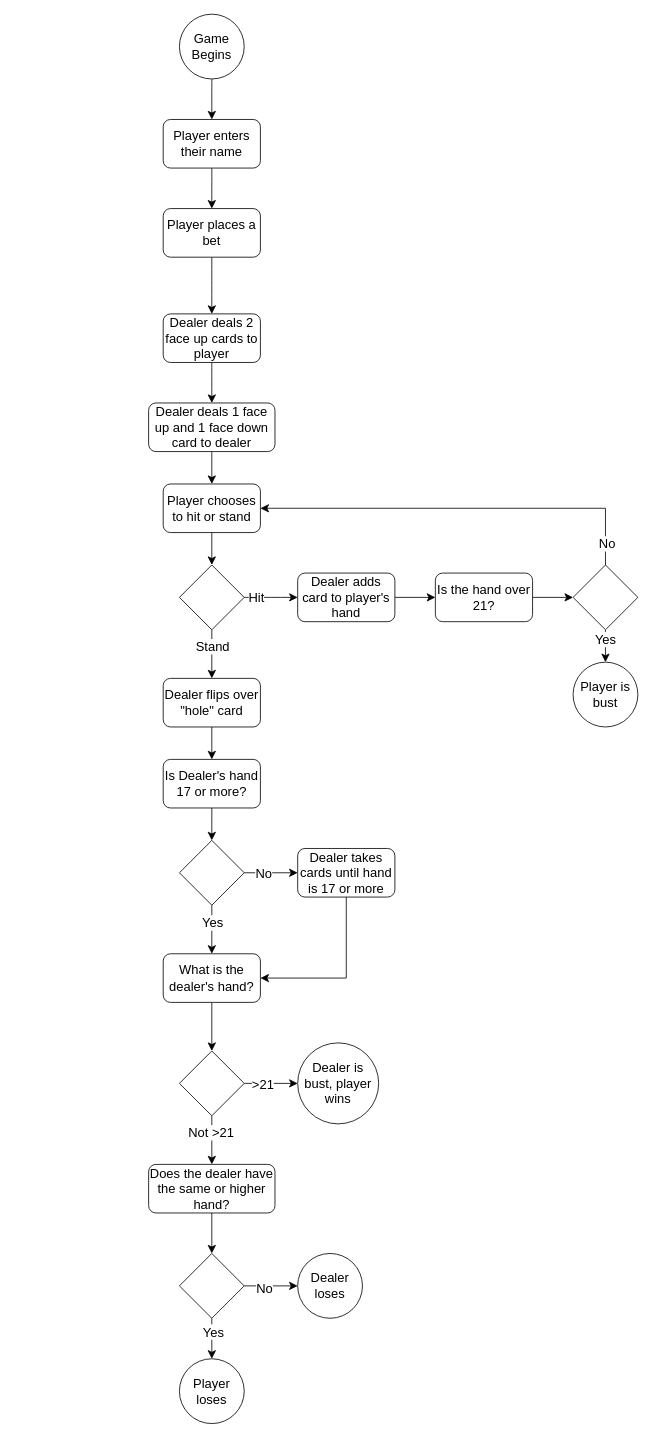
Before: docs/GameFlowchart.drawio in BruhSoundEffectNumber2/csa-blackjack, a draw.io diagram. Source tidied: cells renumbered, new cells numbered last; positions are measured from the earlier drawing's top-left corner, leaving out a move shared by most shapes. Both pictures are drawn from the tidied source at 81%, with x=0, y=0 at pixel (148, 14).
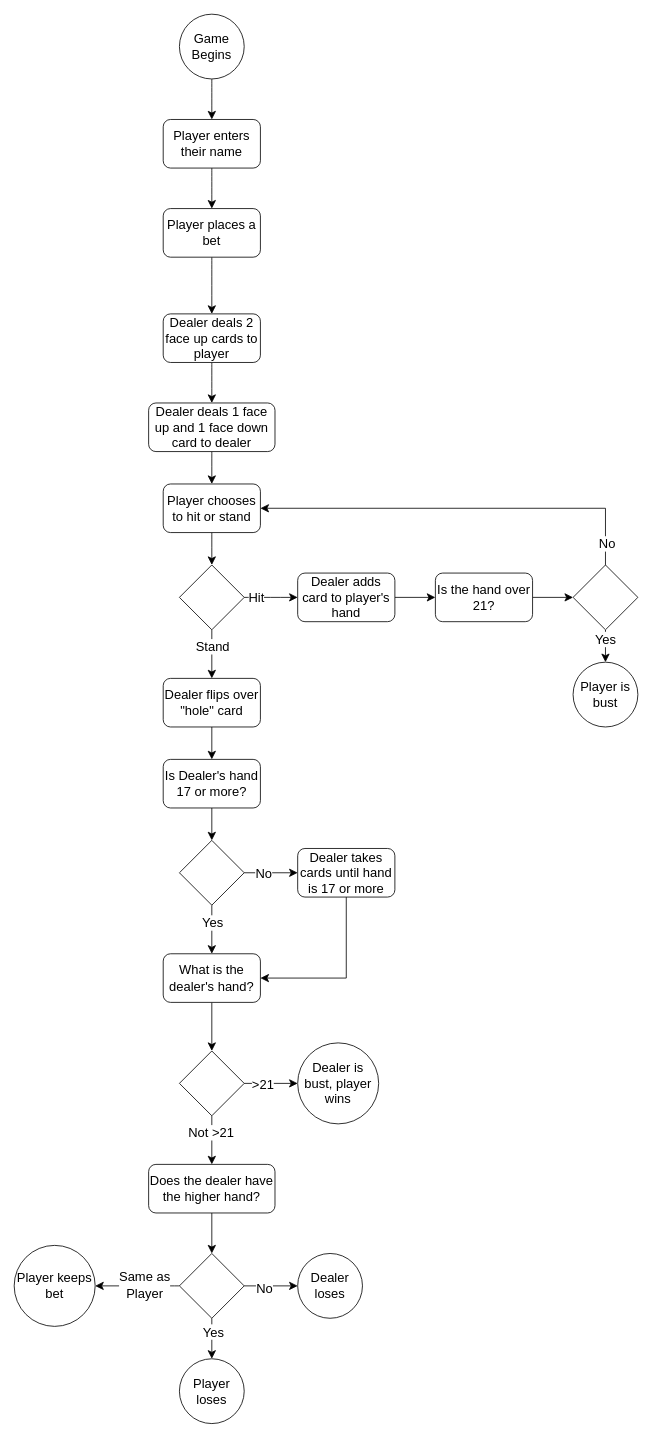
Above is the later version.

Unchanged cells that the change refers to:
```xml
<mxCell id="54" style="rhombus;whiteSpace=wrap;html=1;fontSize=16;" parent="1" vertex="1">
  <mxGeometry x="38" y="1530" width="80" height="80" as="geometry" />
</mxCell>
```

Change to the diagram source:
```diff
@@
-    <mxCell id="48" value="Does the dealer have the same or higher hand?" style="rounded=1;whiteSpace=wrap;html=1;fontSize=16;" parent="1" vertex="1">
+    <mxCell id="48" value="Does the dealer have the higher hand?" style="rounded=1;whiteSpace=wrap;html=1;fontSize=16;" parent="1" vertex="1">
       <mxGeometry y="1420" width="156" height="60" as="geometry" />
     </mxCell>
@@
+    <mxCell id="57" style="edgeStyle=none;curved=1;rounded=0;jettySize=auto;html=1;exitX=0;exitY=0.5;exitDx=0;exitDy=0;entryX=1;entryY=0.5;entryDx=0;entryDy=0;fontSize=12;startSize=8;endSize=8;" parent="1" edge="1" source="54" target="59">
+      <mxGeometry relative="1" as="geometry" />
+    </mxCell>
+    <mxCell id="58" value="Same as &lt;br&gt;Player" style="edgeLabel;html=1;align=center;verticalAlign=middle;fontSize=16;" parent="57" vertex="1">
+      <mxGeometry x="-0.38" y="-2" relative="1" as="geometry">
+        <mxPoint x="-12" as="offset" />
+      </mxGeometry>
+    </mxCell>
@@
+    <mxCell id="59" value="Player keeps bet" style="ellipse;whiteSpace=wrap;html=1;fontSize=16;" parent="1" vertex="1">
+      <mxGeometry x="-166" y="1520" width="100" height="100" as="geometry" />
+    </mxCell>
```
